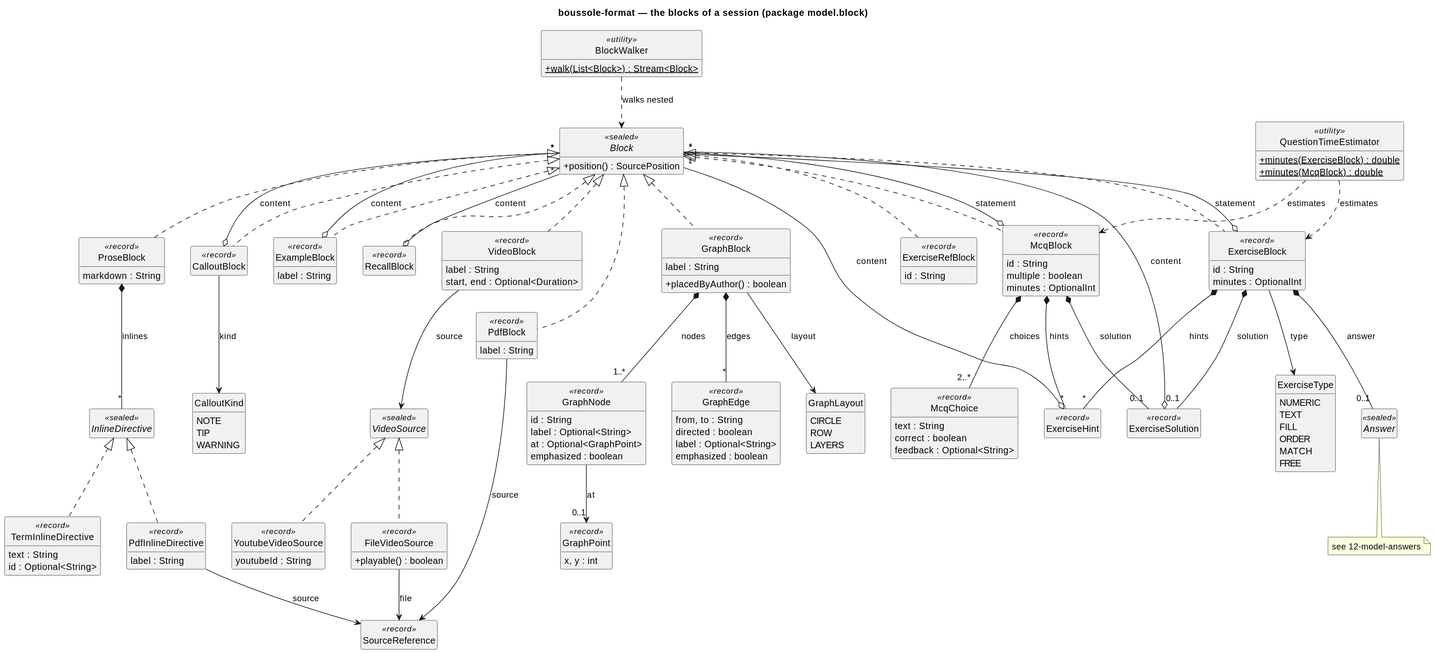
Before: docs/diagrams/11-model-blocks.svg, a diagram exported from PlantUML (lucasssoh/Boussole).
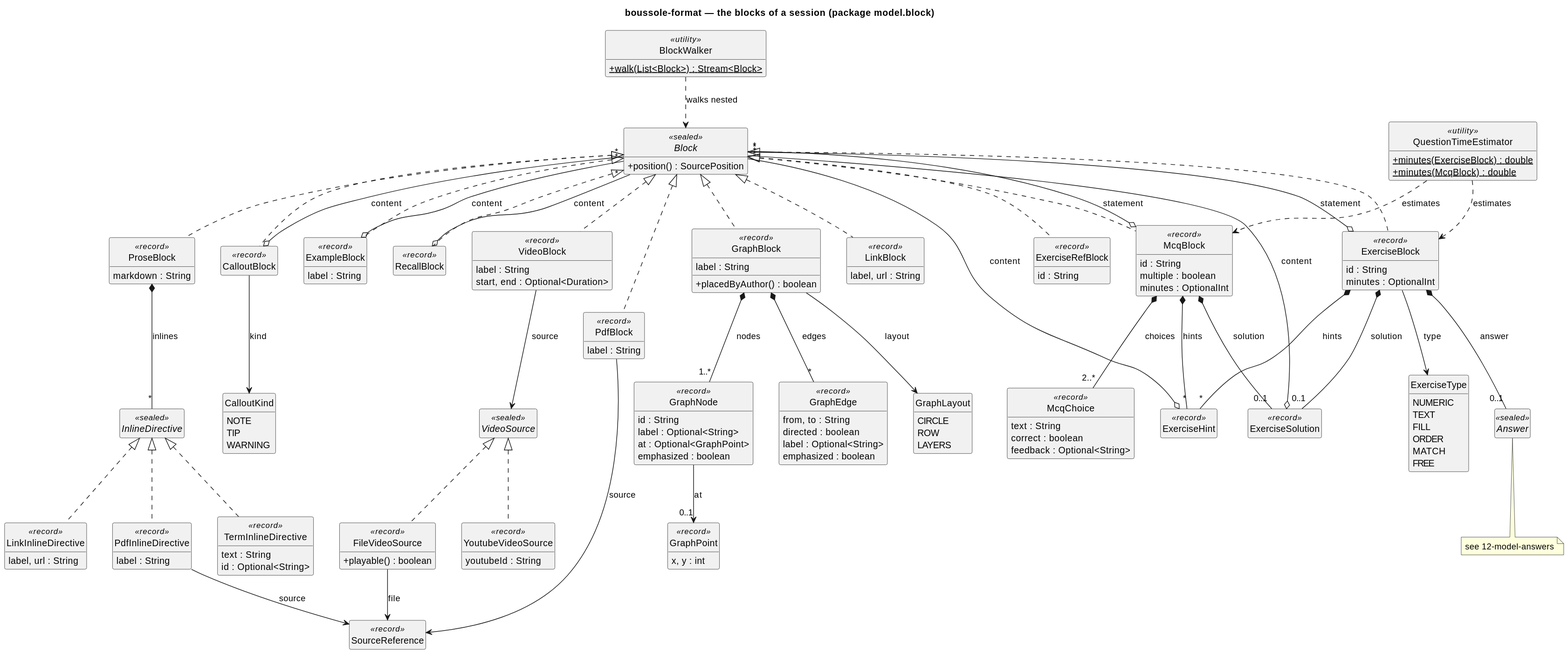
Later version of the same file.

Change to the diagram source:
```diff
@@ -17,6 +17,9 @@
 class TermInlineDirective <<record>> {
   text : String
   id : Optional<String>
+}
+class LinkInlineDirective <<record>> {
+  label, url : String
 }
 class PdfInlineDirective <<record>> {
   label : String
@@ -44,6 +47,9 @@
 }
 class PdfBlock <<record>> {
   label : String
+}
+class LinkBlock <<record>> {
+  label, url : String
 }
 class GraphBlock <<record>> {
   label : String
@@ -118,6 +124,7 @@
 FileVideoSource --> SourceReference : file
 Block <|.. PdfBlock
 Block <|.. GraphBlock
+Block <|.. LinkBlock
 GraphBlock *-- "1..*" GraphNode : nodes
 GraphBlock *-- "*" GraphEdge : edges
 GraphBlock --> GraphLayout : layout
@@ -129,6 +136,7 @@
 ProseBlock *-- "*" InlineDirective : inlines
 InlineDirective <|.. TermInlineDirective
 InlineDirective <|.. PdfInlineDirective
+InlineDirective <|.. LinkInlineDirective
 PdfInlineDirective --> SourceReference : source
 PdfBlock --> SourceReference : source
 
```
